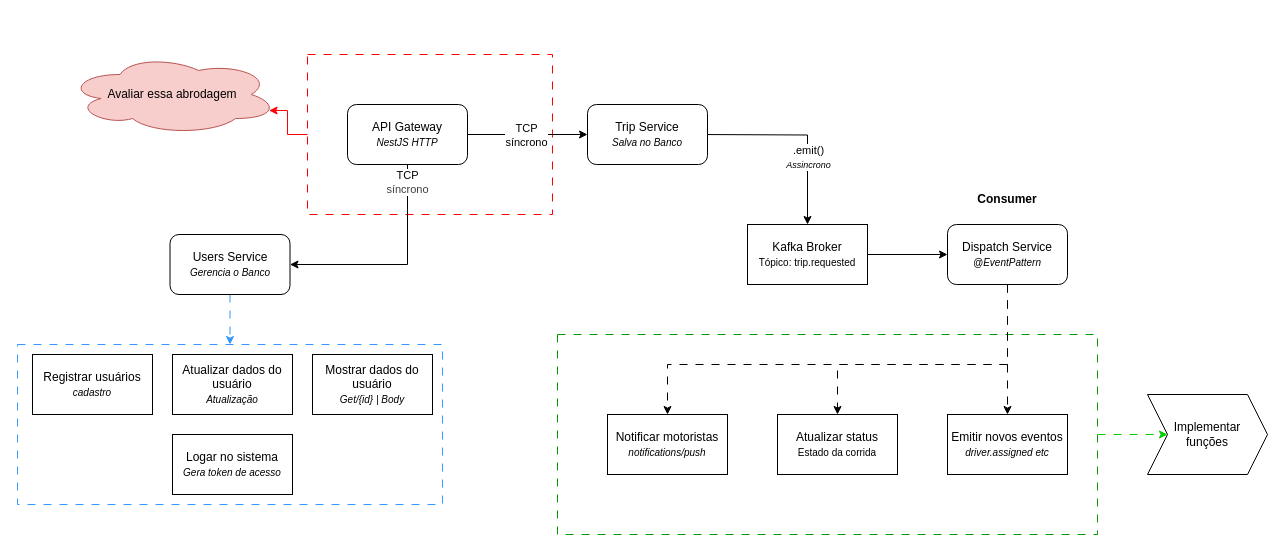
Earlier version of the draw.io diagram trip.requested.drawio (MathVans/Uber_Microsservices). Source tidied: cells renumbered, new cells numbered last; positions are measured from the earlier drawing's top-left corner, leaving out a move shared by most shapes. Both pictures are drawn from the tidied source at 100%, with x=0, y=0 at pixel (17, 54).
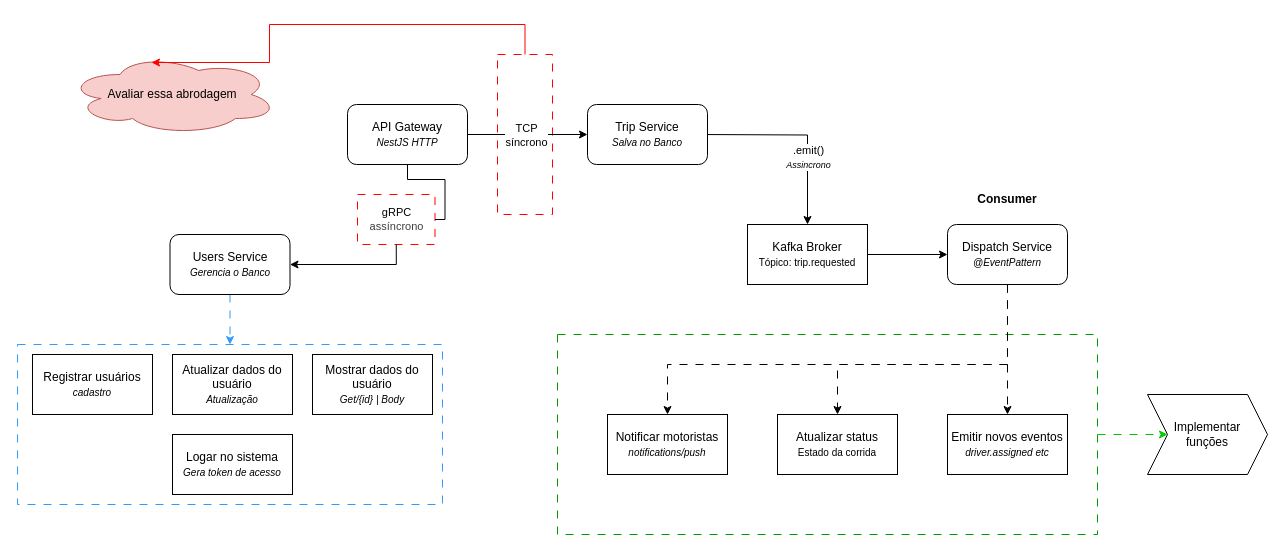
The same diagram, later.

The change refers to these unchanged cells:
```xml
<mxCell id="7" value="API Gateway&lt;div&gt;&lt;i&gt;&lt;font style=&quot;font-size: 10px;&quot;&gt;NestJS HTTP&lt;/font&gt;&lt;/i&gt;&lt;/div&gt;" style="rounded=1;whiteSpace=wrap;html=1;" parent="1" vertex="1">
  <mxGeometry x="330" y="50" width="120" height="60" as="geometry" />
</mxCell>
<mxCell id="21" value="Avaliar essa abrodagem" style="ellipse;shape=cloud;whiteSpace=wrap;html=1;strokeColor=#b85450;fillColor=#f8cecc;" parent="1" vertex="1">
  <mxGeometry x="50" width="210" height="80" as="geometry" />
</mxCell>
<mxCell id="26" value="Users Service&lt;div&gt;&lt;i&gt;&lt;font style=&quot;font-size: 10px;&quot;&gt;Gerencia o Banco&lt;/font&gt;&lt;/i&gt;&lt;/div&gt;" style="rounded=1;whiteSpace=wrap;html=1;" parent="1" vertex="1">
  <mxGeometry x="152.5" y="180" width="120" height="60" as="geometry" />
</mxCell>
```

What changed in the source:
```diff
@@
+    <mxCell id="32" style="rounded=0;whiteSpace=wrap;html=1;fillColor=none;dashed=1;dashPattern=8 8;shadow=0;glass=0;perimeterSpacing=0;strokeColor=light-dark(#FF0000,#FF0000);" parent="1" vertex="1">
+      <mxGeometry x="340" y="140" width="77.5" height="50" as="geometry" />
+    </mxCell>
@@
     <mxCell id="3" style="rounded=0;whiteSpace=wrap;html=1;fillColor=none;dashed=1;dashPattern=8 8;shadow=0;glass=0;perimeterSpacing=0;strokeColor=light-dark(#FF0000,#FF0000);" parent="1" vertex="1">
-      <mxGeometry x="290" width="245" height="160" as="geometry" />
+      <mxGeometry x="480" width="55" height="160" as="geometry" />
     </mxCell>
@@
-    <mxCell id="22" style="edgeStyle=orthogonalEdgeStyle;rounded=0;jettySize=auto;html=1;entryX=0.96;entryY=0.7;entryDx=0;entryDy=0;entryPerimeter=0;strokeColor=light-dark(#FF0000,#FF0000);" parent="1" edge="1" source="3" target="21">
-      <mxGeometry relative="1" as="geometry" />
+    <mxCell id="22" style="edgeStyle=orthogonalEdgeStyle;rounded=0;jettySize=auto;html=1;entryX=0.4;entryY=0.1;entryDx=0;entryDy=0;entryPerimeter=0;strokeColor=light-dark(#FF0000,#FF0000);" parent="1" edge="1" source="3" target="21">
+      <mxGeometry relative="1" as="geometry">
+        <Array as="points">
+          <mxPoint x="508" y="-30" />
+          <mxPoint x="252" y="-30" />
+          <mxPoint x="252" y="8" />
+        </Array>
+      </mxGeometry>
     </mxCell>
@@
-    <mxCell id="27" value="&lt;span style=&quot;color: rgb(0, 0, 0); font-family: Helvetica; font-size: 11px; font-style: normal; font-variant-ligatures: normal; font-variant-caps: normal; font-weight: 400; letter-spacing: normal; orphans: 2; text-align: center; text-indent: 0px; text-transform: none; widows: 2; word-spacing: 0px; -webkit-text-stroke-width: 0px; white-space: nowrap; background-color: rgb(255, 255, 255); text-decoration-thickness: initial; text-decoration-style: initial; text-decoration-color: initial; display: inline !important; float: none;&quot;&gt;TCP&lt;/span&gt;&lt;div style=&quot;forced-color-adjust: none; color: rgb(63, 63, 63); scrollbar-color: rgb(226, 226, 226) rgb(251, 251, 251); font-family: Helvetica; font-size: 11px; font-style: normal; font-variant-ligatures: normal; font-variant-caps: normal; font-weight: 400; letter-spacing: normal; orphans: 2; text-align: center; text-indent: 0px; text-transform: none; widows: 2; word-spacing: 0px; -webkit-text-stroke-width: 0px; white-space: nowrap; text-decoration-thickness: initial; text-decoration-style: initial; text-decoration-color: initial;&quot;&gt;síncrono&lt;/div&gt;" style="endArrow=classic;html=1;exitX=0.5;exitY=1;exitDx=0;exitDy=0;entryX=1;entryY=0.5;entryDx=0;entryDy=0;edgeStyle=orthogonalEdgeStyle;elbow=horizontal;rounded=0;" parent="1" edge="1" source="7" target="26">
-      <mxGeometry x="-0.83" relative="1" as="geometry" />
+    <mxCell id="27" value="gRPC&lt;br&gt;&lt;div style=&quot;forced-color-adjust: none; color: rgb(63, 63, 63); scrollbar-color: rgb(226, 226, 226) rgb(251, 251, 251); font-family: Helvetica; font-size: 11px; font-style: normal; font-variant-ligatures: normal; font-variant-caps: normal; font-weight: 400; letter-spacing: normal; orphans: 2; text-align: center; text-indent: 0px; text-transform: none; widows: 2; word-spacing: 0px; -webkit-text-stroke-width: 0px; white-space: nowrap; text-decoration-thickness: initial; text-decoration-style: initial; text-decoration-color: initial;&quot;&gt;assíncrono&lt;/div&gt;" style="endArrow=classic;html=1;exitX=0.5;exitY=1;exitDx=0;exitDy=0;entryX=1;entryY=0.5;entryDx=0;entryDy=0;edgeStyle=orthogonalEdgeStyle;elbow=horizontal;rounded=0;" parent="1" edge="1" source="32" target="26">
+      <mxGeometry x="-1" y="25" relative="1" as="geometry">
+        <mxPoint x="-25" y="-25" as="offset" />
+      </mxGeometry>
     </mxCell>
@@
+    <mxCell id="33" style="endArrow=none;html=1;exitX=0.5;exitY=1;exitDx=0;exitDy=0;entryX=1;entryY=0.5;entryDx=0;entryDy=0;edgeStyle=orthogonalEdgeStyle;elbow=horizontal;rounded=0;endFill=0;" parent="1" edge="1" source="7" target="32">
+      <mxGeometry x="-0.45" relative="1" as="geometry" />
+    </mxCell>
```
